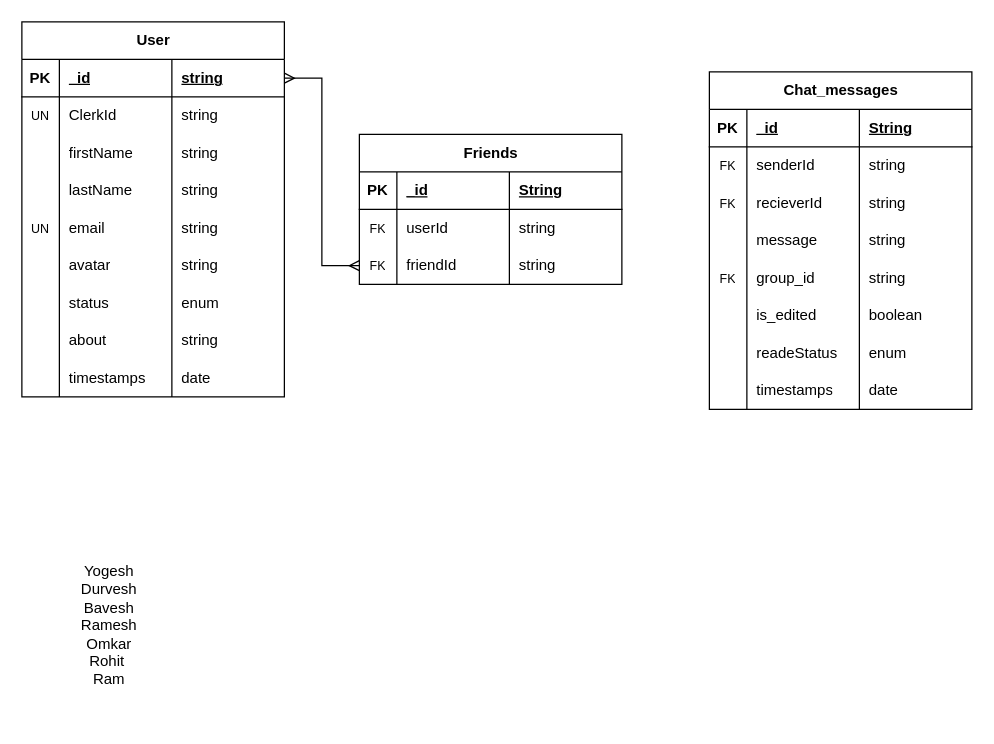
Earlier version of the draw.io diagram backend/docs/table_diagram.drawio (ysdhuri312/bud-bud-chatapp-ai-powered). Source tidied: cells renumbered, new cells numbered last; positions are measured from the earlier drawing's top-left corner, leaving out a move shared by most shapes. Both pictures are drawn from the tidied source at 125%, with x=0, y=0 at pixel (21, 21).
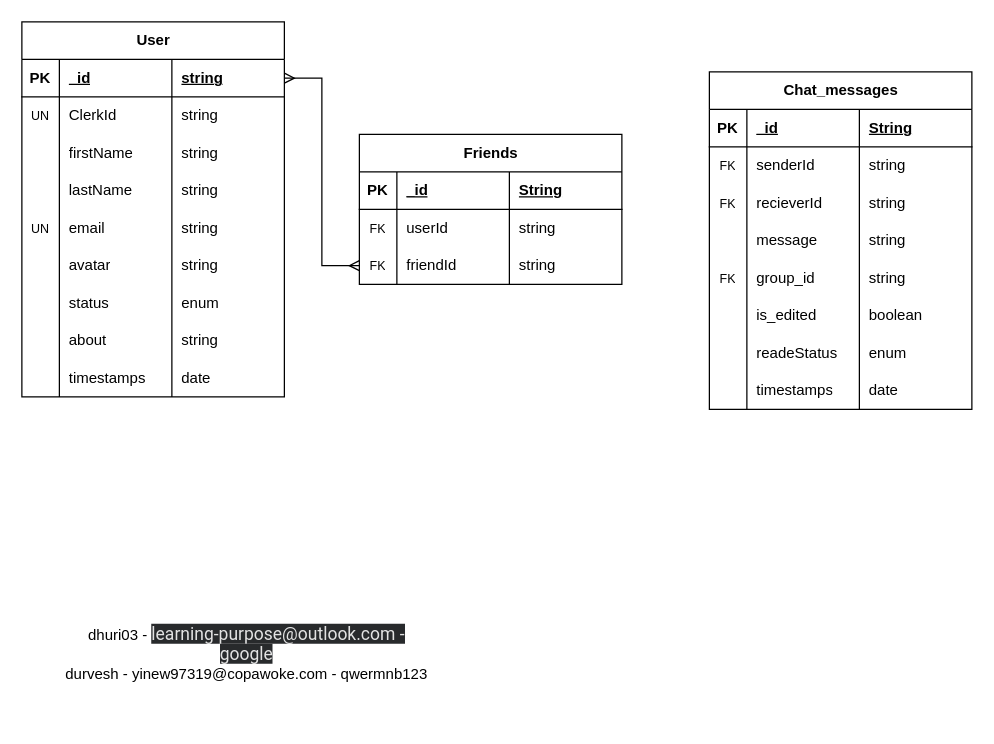
The same diagram, later.

Commit message (it also covers changes not shown here):
Add api routes and table structures in docs

Change to the diagram source:
```diff
@@
-    <mxCell id="86" value="Yogesh&lt;div&gt;Durvesh&lt;/div&gt;&lt;div&gt;Bavesh&lt;/div&gt;&lt;div&gt;Ramesh&lt;/div&gt;&lt;div&gt;Omkar&lt;/div&gt;&lt;div&gt;Rohit&amp;nbsp;&lt;/div&gt;&lt;div&gt;Ram&lt;/div&gt;&lt;div&gt;&lt;br&gt;&lt;/div&gt;" style="text;html=1;whiteSpace=wrap;strokeColor=none;fillColor=none;align=center;verticalAlign=middle;rounded=0;" parent="1" vertex="1">
-      <mxGeometry x="40" y="420" width="60" height="140" as="geometry" />
+    <mxCell id="86" value="dhuri03 -&amp;nbsp;&lt;span style=&quot;color: rgb(227, 227, 227); font-family: &amp;quot;Google Sans&amp;quot;, Roboto; font-size: 14px; background-color: rgb(40, 42, 44);&quot;&gt;learning-purpose@outlook.com - google&lt;/span&gt;&lt;div&gt;durvesh -&amp;nbsp;yinew97319@copawoke.com -&amp;nbsp;qwermnb123&lt;/div&gt;" style="text;html=1;whiteSpace=wrap;strokeColor=none;fillColor=none;align=center;verticalAlign=middle;rounded=0;" parent="1" vertex="1">
+      <mxGeometry x="30" y="460" width="300" height="90" as="geometry" />
     </mxCell>
```
